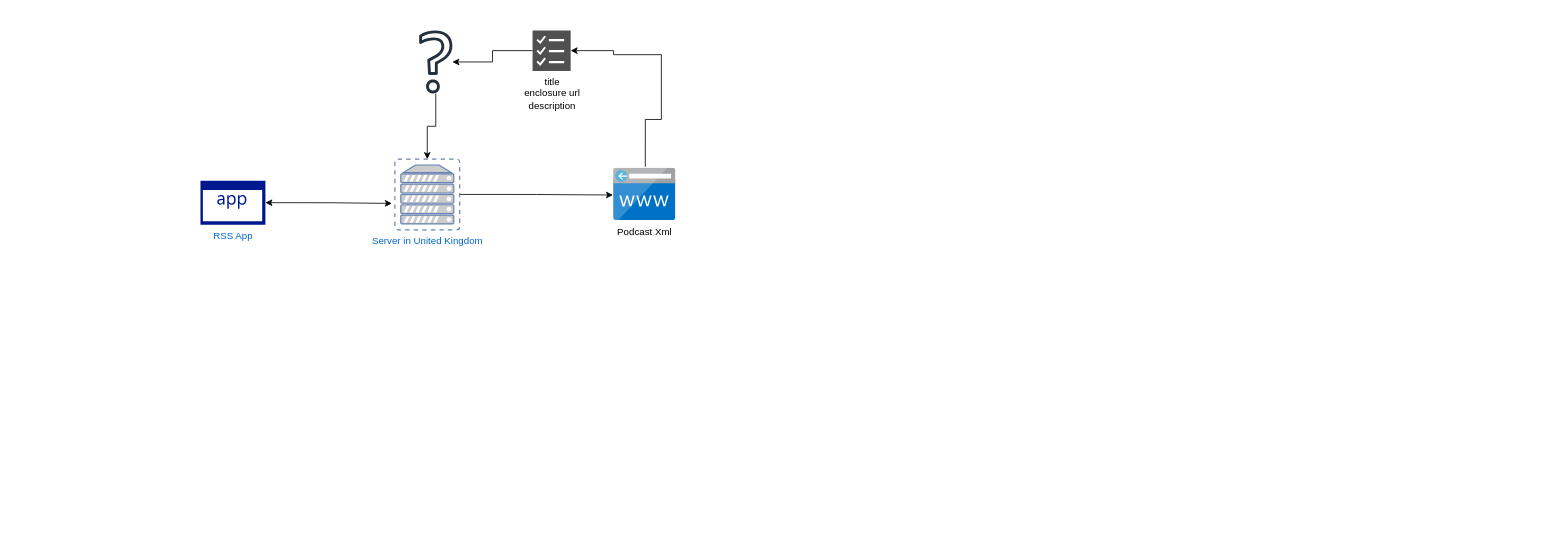
Earlier version of the draw.io diagram architecture app .drawio (tulashvili/diagrams). Source tidied: cells renumbered, new cells numbered last; positions are measured from the earlier drawing's top-left corner, leaving out a move shared by most shapes. Both pictures are drawn from the tidied source at 81%, with x=0, y=0 at pixel (200, 30). Pictures stored in the file or linked from it are replaced by grey dashed boxes.
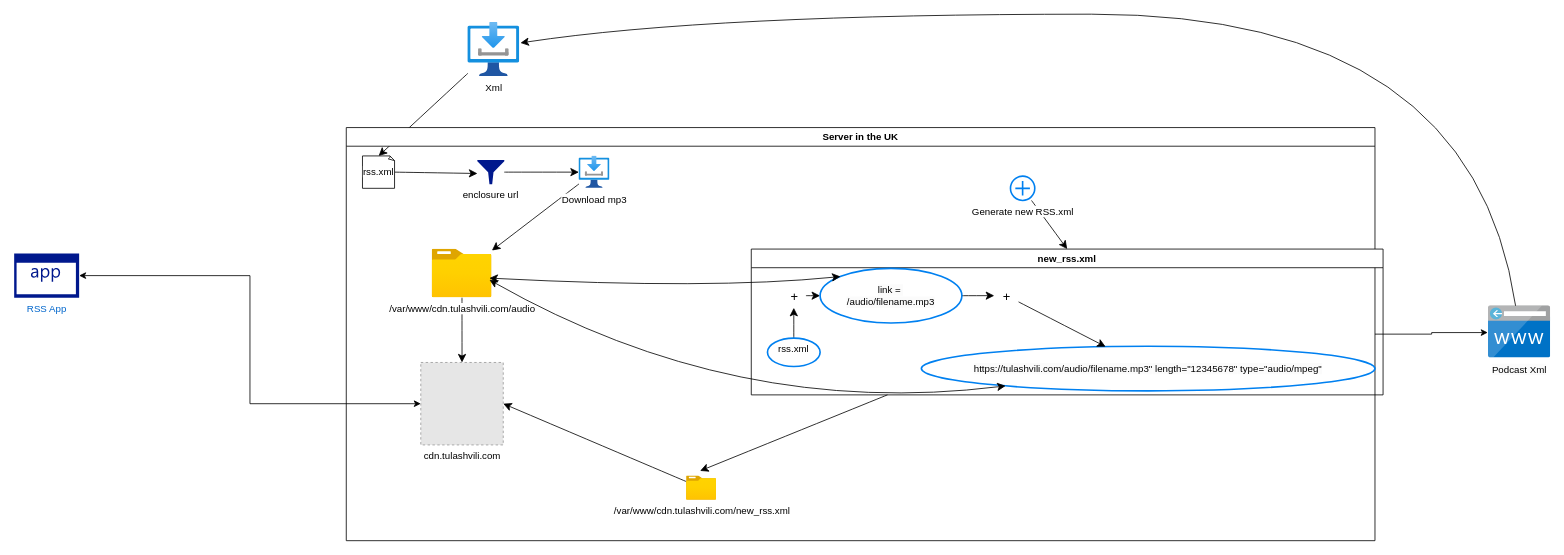
The same page after the edit.

Change to the diagram source:
```diff
@@
-    <mxCell id="2" style="edgeStyle=orthogonalEdgeStyle;rounded=0;jettySize=auto;html=1;entryX=-0.01;entryY=0.513;entryDx=0;entryDy=0;entryPerimeter=0;exitX=1;exitY=0.5;exitDx=0;exitDy=0;exitPerimeter=0;" parent="1" edge="1" source="6" target="9">
+    <mxCell id="2" style="edgeStyle=orthogonalEdgeStyle;rounded=0;jettySize=auto;html=1;entryX=-0.01;entryY=0.513;entryDx=0;entryDy=0;entryPerimeter=0;exitX=1;exitY=0.5;exitDx=0;exitDy=0;" parent="1" edge="1" source="15" target="9">
       <mxGeometry relative="1" as="geometry" />
     </mxCell>
-    <mxCell id="3" style="edgeStyle=orthogonalEdgeStyle;rounded=0;jettySize=auto;html=1;" parent="1" edge="1" source="4" target="10">
-      <mxGeometry relative="1" as="geometry" />
-    </mxCell>
-    <mxCell id="4" value="title&lt;br&gt;enclosure url&lt;br&gt;description&lt;div&gt;&lt;br/&gt;&lt;/div&gt;" style="sketch=0;shadow=0;dashed=0;html=1;strokeColor=none;labelPosition=center;verticalLabelPosition=bottom;verticalAlign=top;align=center;fillColor=#505050;shape=mxgraph.mscae.oms.assessments;" parent="1" vertex="1">
-      <mxGeometry x="410" width="47" height="50" as="geometry" />
-    </mxCell>
-    <mxCell id="5" style="edgeStyle=orthogonalEdgeStyle;rounded=0;jettySize=auto;html=1;entryX=1;entryY=0.5;entryDx=0;entryDy=0;entryPerimeter=0;exitX=0.51;exitY=-0.029;exitDx=0;exitDy=0;exitPerimeter=0;" parent="1" edge="1" source="9" target="4">
-      <mxGeometry relative="1" as="geometry">
-        <Array as="points">
-          <mxPoint x="569" y="110" />
-          <mxPoint x="570" y="30" />
-          <mxPoint x="510" y="30" />
-          <mxPoint x="510" y="25" />
-        </Array>
-      </mxGeometry>
-    </mxCell>
-    <mxCell id="6" value="Server in United Kingdom" style="fontColor=#0066CC;verticalAlign=top;verticalLabelPosition=bottom;labelPosition=center;align=center;html=1;outlineConnect=0;fillColor=#CCCCCC;strokeColor=#6881B3;gradientColor=none;gradientDirection=north;strokeWidth=2;shape=mxgraph.networks.virtual_server;" parent="1" vertex="1">
-      <mxGeometry x="240" y="158.9" width="80" height="87.3" as="geometry" />
-    </mxCell>
-    <mxCell id="7" style="edgeStyle=orthogonalEdgeStyle;rounded=0;jettySize=auto;html=1;entryX=-0.047;entryY=0.627;entryDx=0;entryDy=0;entryPerimeter=0;exitX=1;exitY=0.5;exitDx=0;exitDy=0;exitPerimeter=0;startArrow=classic;startFill=1;" parent="1" edge="1" source="8" target="6">
+    <mxCell id="7" style="edgeStyle=orthogonalEdgeStyle;rounded=0;jettySize=auto;html=1;entryX=0;entryY=0.5;entryDx=0;entryDy=0;exitX=1;exitY=0.5;exitDx=0;exitDy=0;exitPerimeter=0;startArrow=classic;startFill=1;" parent="1" edge="1" source="8" target="16">
       <mxGeometry relative="1" as="geometry" />
     </mxCell>
     <mxCell id="8" value="&lt;span style=&quot;color: rgb(0, 102, 204);&quot;&gt;RSS App&lt;/span&gt;" style="sketch=0;shadow=0;dashed=0;html=1;strokeColor=none;labelPosition=center;verticalLabelPosition=bottom;verticalAlign=top;align=center;fillColor=#00188D;shape=mxgraph.mscae.enterprise.application;" parent="1" vertex="1">
-      <mxGeometry y="185.5" width="80.2" height="54.5" as="geometry" />
+      <mxGeometry x="-230" y="275.5" width="80.2" height="54.5" as="geometry" />
     </mxCell>
     <mxCell id="9" value="&lt;span style=&quot;background-color: rgb(251, 251, 251);&quot;&gt;Podcast Xml&lt;/span&gt;" style="image;sketch=0;html=1;points=[];align=center;fontSize=12;image=img/lib/mscae/CustomDomain.svg;" parent="1" vertex="1">
-      <mxGeometry x="510" y="170.2" width="76.8" height="64.5" as="geometry" />
+      <mxGeometry x="1590" y="340" width="76.8" height="64.5" as="geometry" />
     </mxCell>
-    <mxCell id="10" style="sketch=0;outlineConnect=0;fontColor=#232F3E;gradientColor=none;fillColor=#232F3D;strokeColor=none;dashed=0;verticalLabelPosition=bottom;verticalAlign=top;align=center;html=1;fontSize=12;fontStyle=0;shape=mxgraph.aws4.question;" parent="1" vertex="1">
-      <mxGeometry x="270" width="41" height="78" as="geometry" />
-    </mxCell>
-    <mxCell id="11" style="edgeStyle=orthogonalEdgeStyle;rounded=0;jettySize=auto;html=1;entryX=0.5;entryY=0;entryDx=0;entryDy=0;entryPerimeter=0;" parent="1" edge="1" source="10" target="6">
-      <mxGeometry relative="1" as="geometry" />
-    </mxCell>
+    <mxCell id="12" value="Xml" style="image;html=1;points=[];align=center;fontSize=12;image=img/lib/azure2/general/Download.svg;" parent="1" vertex="1">
+      <mxGeometry x="330" y="-10" width="64" height="67" as="geometry" />
+    </mxCell>
+    <mxCell id="13" style="edgeStyle=none;curved=1;rounded=0;jettySize=auto;html=1;entryX=1.016;entryY=0.381;entryDx=0;entryDy=0;entryPerimeter=0;fontSize=12;startSize=8;endSize=8;" parent="1" edge="1" source="9" target="12">
+      <mxGeometry relative="1" as="geometry">
+        <Array as="points">
+          <mxPoint x="1570" y="-20" />
+          <mxPoint x="630" y="-20" />
+        </Array>
+      </mxGeometry>
+    </mxCell>
+    <mxCell id="14" style="edgeStyle=none;curved=1;rounded=0;jettySize=auto;html=1;entryX=0.5;entryY=0;entryDx=0;entryDy=0;entryPerimeter=0;fontSize=12;startSize=8;endSize=8;" parent="1" edge="1" source="12" target="36">
+      <mxGeometry relative="1" as="geometry" />
+    </mxCell>
+    <mxCell id="15" value="Server in the UK" style="swimlane;whiteSpace=wrap;html=1;" parent="1" vertex="1">
+      <mxGeometry x="180" y="120" width="1270" height="510" as="geometry" />
+    </mxCell>
+    <mxCell id="16" value="cdn.tulashvili.com" style="fillColor=#E6E6E6;strokeColor=#999999;dashed=1;html=1;verticalLabelPosition=bottom;labelBackgroundColor=#ffffff;verticalAlign=top;" parent="15" vertex="1">
+      <mxGeometry x="92" y="290" width="101.8" height="101.8" as="geometry" />
+    </mxCell>
+    <mxCell id="17" style="edgeStyle=none;curved=1;rounded=0;jettySize=auto;html=1;fontSize=12;startSize=8;endSize=8;" parent="15" edge="1" source="18" target="21">
+      <mxGeometry relative="1" as="geometry" />
+    </mxCell>
+    <mxCell id="18" value="enclosure url&lt;br&gt;&lt;div&gt;&lt;br&gt;&lt;/div&gt;" style="sketch=0;shadow=0;dashed=0;html=1;strokeColor=none;labelPosition=center;verticalLabelPosition=bottom;verticalAlign=top;align=center;fillColor=#00188D;shape=mxgraph.mscae.enterprise.filter;" parent="15" vertex="1">
+      <mxGeometry x="161.8" y="40" width="33.3" height="30" as="geometry" />
+    </mxCell>
+    <mxCell id="19" style="edgeStyle=none;curved=1;rounded=0;jettySize=auto;html=1;entryX=0.004;entryY=0.556;entryDx=0;entryDy=0;entryPerimeter=0;fontSize=12;startSize=8;endSize=8;exitX=1;exitY=0.5;exitDx=0;exitDy=0;exitPerimeter=0;" parent="15" edge="1" source="36" target="18">
+      <mxGeometry relative="1" as="geometry" />
+    </mxCell>
+    <mxCell id="20" style="edgeStyle=none;curved=1;rounded=0;jettySize=auto;html=1;fontSize=12;startSize=8;endSize=8;" parent="15" edge="1" source="21" target="23">
+      <mxGeometry relative="1" as="geometry" />
+    </mxCell>
+    <mxCell id="21" value="Download mp3" style="image;html=1;points=[];align=center;fontSize=12;image=img/lib/azure2/general/Download.svg;" parent="15" vertex="1">
+      <mxGeometry x="287.2" y="35" width="38.2" height="40" as="geometry" />
+    </mxCell>
+    <mxCell id="22" style="edgeStyle=none;curved=1;rounded=0;jettySize=auto;html=1;entryX=0.5;entryY=0;entryDx=0;entryDy=0;fontSize=12;startSize=8;endSize=8;" parent="15" edge="1" source="23" target="16">
+      <mxGeometry relative="1" as="geometry" />
+    </mxCell>
+    <mxCell id="23" value="/var/www/cdn.tulashvili.com/audio" style="image;html=1;points=[];align=center;fontSize=12;image=img/lib/azure2/general/Folder_Blank.svg;" parent="15" vertex="1">
+      <mxGeometry x="105.9" y="150" width="73.9" height="60" as="geometry" />
+    </mxCell>
+    <mxCell id="24" style="edgeStyle=none;curved=1;rounded=0;jettySize=auto;html=1;entryX=0.5;entryY=0;entryDx=0;entryDy=0;fontSize=12;startSize=8;endSize=8;" parent="15" edge="1" source="25" target="26">
+      <mxGeometry relative="1" as="geometry" />
+    </mxCell>
+    <mxCell id="25" value="Generate new RSS.xml" style="html=1;verticalLabelPosition=bottom;align=center;labelBackgroundColor=#ffffff;verticalAlign=top;strokeWidth=2;strokeColor=#0080F0;shadow=0;dashed=0;shape=mxgraph.ios7.icons.add;" parent="15" vertex="1">
+      <mxGeometry x="820" y="60" width="30" height="30" as="geometry" />
+    </mxCell>
+    <mxCell id="26" value="new_rss.xml" style="swimlane;whiteSpace=wrap;html=1;" parent="15" vertex="1">
+      <mxGeometry x="500" y="150" width="780" height="180" as="geometry" />
+    </mxCell>
+    <mxCell id="27" style="edgeStyle=none;curved=1;rounded=0;jettySize=auto;html=1;fontSize=12;startSize=8;endSize=8;" parent="26" edge="1" source="28" target="30">
+      <mxGeometry relative="1" as="geometry" />
+    </mxCell>
+    <mxCell id="28" value="rss.xml" style="ellipse;whiteSpace=wrap;html=1;verticalAlign=top;strokeColor=#0080F0;labelBackgroundColor=#ffffff;strokeWidth=2;shadow=0;dashed=0;" parent="26" vertex="1">
+      <mxGeometry x="20" y="110" width="65" height="35" as="geometry" />
+    </mxCell>
+    <mxCell id="29" style="edgeStyle=none;curved=1;rounded=0;jettySize=auto;html=1;entryX=0;entryY=0.5;entryDx=0;entryDy=0;fontSize=12;startSize=8;endSize=8;" parent="26" edge="1" source="30" target="32">
+      <mxGeometry relative="1" as="geometry" />
+    </mxCell>
+    <mxCell id="30" value="+" style="text;html=1;align=center;verticalAlign=middle;points=[];strokeColor=none;fillColor=none;fontSize=16;" parent="26" vertex="1">
+      <mxGeometry x="37.5" y="42.5" width="30" height="30" as="geometry" />
+    </mxCell>
+    <mxCell id="31" style="edgeStyle=none;curved=1;rounded=0;jettySize=auto;html=1;fontSize=12;startSize=8;endSize=8;" parent="26" edge="1" source="32" target="35">
+      <mxGeometry relative="1" as="geometry" />
+    </mxCell>
+    <mxCell id="32" value="&lt;span style=&quot;background-color: rgb(251, 251, 251);&quot; class=&quot;hljs-tag&quot;&gt;&lt;span class=&quot;hljs-name&quot;&gt;link =&amp;nbsp;&lt;/span&gt;&lt;/span&gt;&lt;div&gt;&lt;span style=&quot;background-color: rgb(251, 251, 251);&quot;&gt;/&lt;/span&gt;&lt;span style=&quot;background-color: rgb(251, 251, 251);&quot;&gt;audio/filename.mp3&lt;/span&gt;&lt;/div&gt;" style="ellipse;whiteSpace=wrap;html=1;verticalAlign=middle;strokeColor=#0080F0;labelBackgroundColor=#ffffff;strokeWidth=2;shadow=0;dashed=0;labelPosition=center;verticalLabelPosition=middle;align=center;" parent="26" vertex="1">
+      <mxGeometry x="85" y="23.8" width="175" height="67.5" as="geometry" />
+    </mxCell>
+    <mxCell id="33" value="&lt;span style=&quot;background-color: rgb(251, 251, 251);&quot; class=&quot;hljs-string&quot;&gt;https://tulashvili.com/audio/filename.mp3&quot;&lt;/span&gt;&lt;span style=&quot;background-color: rgb(251, 251, 251);&quot;&gt;&amp;nbsp;&lt;/span&gt;&lt;span style=&quot;background-color: rgb(251, 251, 251);&quot; class=&quot;hljs-attr&quot;&gt;length&lt;/span&gt;&lt;span style=&quot;background-color: rgb(251, 251, 251);&quot;&gt;=&lt;/span&gt;&lt;span style=&quot;background-color: rgb(251, 251, 251);&quot; class=&quot;hljs-string&quot;&gt;&quot;12345678&quot;&lt;/span&gt;&lt;span style=&quot;background-color: rgb(251, 251, 251);&quot;&gt;&amp;nbsp;&lt;/span&gt;&lt;span style=&quot;background-color: rgb(251, 251, 251);&quot; class=&quot;hljs-attr&quot;&gt;type&lt;/span&gt;&lt;span style=&quot;background-color: rgb(251, 251, 251);&quot;&gt;=&lt;/span&gt;&lt;span style=&quot;background-color: rgb(251, 251, 251);&quot; class=&quot;hljs-string&quot;&gt;&quot;audio/mpeg&quot;&lt;/span&gt;" style="ellipse;whiteSpace=wrap;html=1;verticalAlign=middle;strokeColor=#0080F0;labelBackgroundColor=#ffffff;strokeWidth=2;shadow=0;dashed=0;labelPosition=center;verticalLabelPosition=middle;align=center;" parent="26" vertex="1">
+      <mxGeometry x="210" y="120" width="560" height="55" as="geometry" />
+    </mxCell>
+    <mxCell id="34" style="edgeStyle=none;curved=1;rounded=0;jettySize=auto;html=1;fontSize=12;startSize=8;endSize=8;" parent="26" edge="1" source="35" target="33">
+      <mxGeometry relative="1" as="geometry" />
+    </mxCell>
+    <mxCell id="35" value="+" style="text;html=1;align=center;verticalAlign=middle;points=[];strokeColor=none;fillColor=none;fontSize=16;" parent="26" vertex="1">
+      <mxGeometry x="300" y="42.5" width="30" height="30" as="geometry" />
+    </mxCell>
+    <mxCell id="36" value="&lt;span style=&quot;text-wrap-mode: nowrap; background-color: rgb(255, 255, 255);&quot;&gt;rss.xml&lt;/span&gt;" style="whiteSpace=wrap;html=1;shape=mxgraph.basic.document;" parent="15" vertex="1">
+      <mxGeometry x="20" y="35" width="40" height="40" as="geometry" />
+    </mxCell>
+    <mxCell id="37" style="edgeStyle=none;curved=1;rounded=0;jettySize=auto;html=1;entryX=1;entryY=0.5;entryDx=0;entryDy=0;fontSize=12;startSize=8;endSize=8;" parent="15" edge="1" source="38" target="16">
+      <mxGeometry relative="1" as="geometry" />
+    </mxCell>
+    <mxCell id="38" value="/var/www/cdn.tulashvili.com/new_rss.xml" style="image;html=1;points=[];align=center;fontSize=12;image=img/lib/azure2/general/Folder_Blank.svg;" parent="15" vertex="1">
+      <mxGeometry x="420" y="430" width="37" height="30" as="geometry" />
+    </mxCell>
+    <mxCell id="39" style="edgeStyle=none;curved=1;rounded=0;jettySize=auto;html=1;entryX=0.455;entryY=-0.206;entryDx=0;entryDy=0;entryPerimeter=0;fontSize=12;startSize=8;endSize=8;" parent="15" edge="1" source="26" target="38">
+      <mxGeometry relative="1" as="geometry" />
+    </mxCell>
+    <mxCell id="40" style="edgeStyle=none;curved=1;rounded=0;jettySize=auto;html=1;entryX=0.957;entryY=0.597;entryDx=0;entryDy=0;entryPerimeter=0;fontSize=12;startSize=8;endSize=8;exitX=0;exitY=0;exitDx=0;exitDy=0;startArrow=classic;startFill=1;" parent="15" edge="1" source="32" target="23">
+      <mxGeometry relative="1" as="geometry">
+        <Array as="points">
+          <mxPoint x="450" y="200" />
+        </Array>
+      </mxGeometry>
+    </mxCell>
+    <mxCell id="41" style="edgeStyle=none;curved=1;rounded=0;jettySize=auto;html=1;entryX=0.959;entryY=0.633;entryDx=0;entryDy=0;entryPerimeter=0;fontSize=12;startSize=8;endSize=8;startArrow=classic;startFill=1;" parent="15" edge="1" source="33" target="23">
+      <mxGeometry relative="1" as="geometry">
+        <Array as="points">
+          <mxPoint x="480" y="360" />
+        </Array>
+      </mxGeometry>
+    </mxCell>
```
